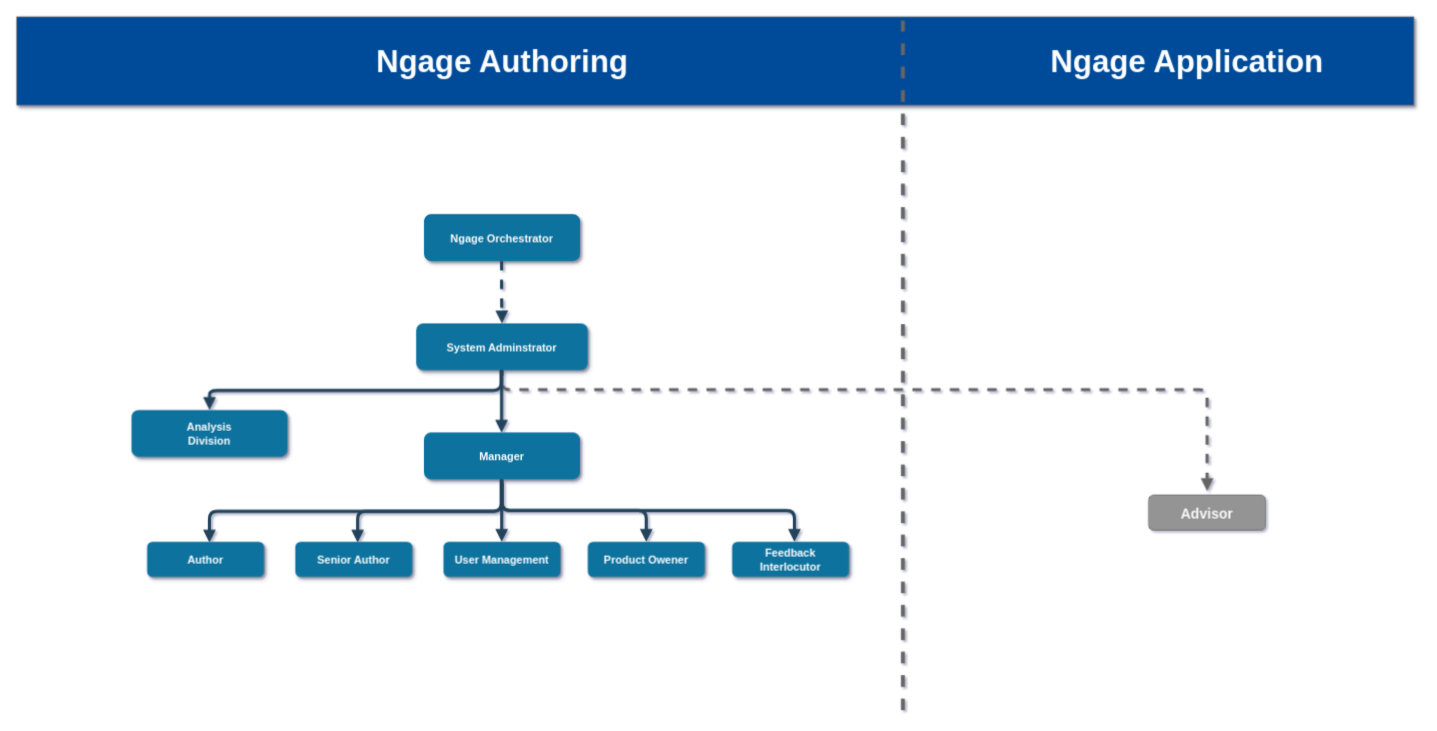
Before: page "Page-2" (2 of 2) of Untitled Diagram.drawio in Rakholia1842/ERDiagram, a draw.io diagram. Source tidied: cells renumbered, new cells numbered last; positions are measured from the earlier drawing's top-left corner, leaving out a move shared by most shapes. Both pictures are drawn from the tidied source at 78%, with x=0, y=0 at pixel (16, 16).
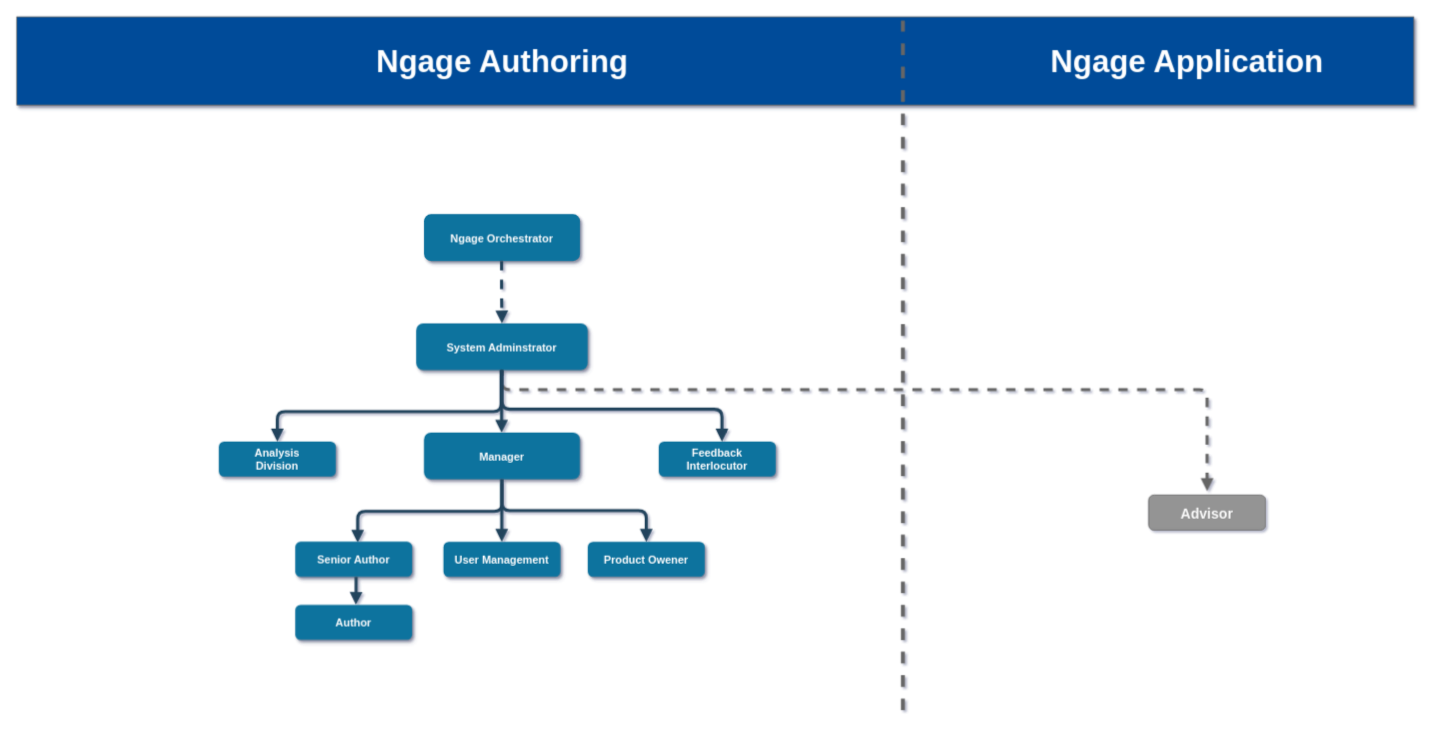
After the change.

The edit, as a diff of the source:
```diff
@@
-    <mxCell id="8" style="edgeStyle=elbowEdgeStyle;elbow=vertical;strokeWidth=4;endArrow=block;endFill=1;fontStyle=1;strokeColor=#23445D;verticalAlign=middle;" parent="1" edge="1">
-      <mxGeometry x="-326" y="384" as="geometry">
-        <mxPoint x="621" y="593" as="sourcePoint" />
-        <mxPoint x="247" y="674" as="targetPoint" />
-      </mxGeometry>
-    </mxCell>
@@
-    <mxCell id="10" style="edgeStyle=elbowEdgeStyle;elbow=vertical;strokeWidth=4;endArrow=block;endFill=1;fontStyle=1;strokeColor=#23445D;verticalAlign=middle;" parent="1" edge="1">
-      <mxGeometry x="-325" y="358" as="geometry">
-        <mxPoint x="622" y="598" as="sourcePoint" />
-        <mxPoint x="997" y="673" as="targetPoint" />
+    <mxCell id="10" style="edgeStyle=elbowEdgeStyle;elbow=vertical;strokeWidth=4;endArrow=block;endFill=1;fontStyle=1;strokeColor=#23445D;verticalAlign=middle;entryX=0.54;entryY=0;entryDx=0;entryDy=0;entryPerimeter=0;" parent="1" edge="1" target="17">
+      <mxGeometry x="-325.1" y="213" as="geometry">
+        <mxPoint x="621.9" y="453" as="sourcePoint" />
         <Array as="points">
-          <mxPoint x="827" y="633" />
+          <mxPoint x="811" y="503" />
         </Array>
       </mxGeometry>
     </mxCell>
@@
     <mxCell id="13" value="Author" style="rounded=1;fillColor=#10739E;strokeColor=none;shadow=1;gradientColor=none;fontStyle=1;fontColor=#FFFFFF;fontSize=14;verticalAlign=middle;" parent="1" vertex="1">
-      <mxGeometry x="167" y="673" width="150" height="45" as="geometry" />
+      <mxGeometry x="357" y="754" width="150" height="45" as="geometry" />
     </mxCell>
@@
     <mxCell id="17" value="Feedback&#10;Interlocutor" style="rounded=1;fillColor=#10739E;strokeColor=none;shadow=1;gradientColor=none;fontStyle=1;fontColor=#FFFFFF;fontSize=14;verticalAlign=middle;" parent="1" vertex="1">
-      <mxGeometry x="917" y="673" width="150" height="45" as="geometry" />
+      <mxGeometry x="823" y="544.5" width="150" height="45" as="geometry" />
     </mxCell>
@@
     <mxCell id="19" style="edgeStyle=elbowEdgeStyle;elbow=vertical;strokeWidth=4;endArrow=block;endFill=1;fontStyle=1;strokeColor=#23445D;verticalAlign=middle;" parent="1" edge="1" target="20">
       <mxGeometry x="-326" y="244" as="geometry">
         <mxPoint x="621" y="453" as="sourcePoint" />
+        <Array as="points">
+          <mxPoint x="459" y="506" />
+          <mxPoint x="350" y="500" />
+        </Array>
       </mxGeometry>
     </mxCell>
     <mxCell id="20" value="Analysis &#10;Division" style="rounded=1;fillColor=#10739E;strokeColor=none;shadow=1;gradientColor=none;fontStyle=1;fontColor=#FFFFFF;fontSize=14;verticalAlign=middle;" parent="1" vertex="1">
-      <mxGeometry x="147" y="504" width="200" height="60" as="geometry" />
+      <mxGeometry x="259" y="544.5" width="150" height="45" as="geometry" />
     </mxCell>
@@
+    <mxCell id="25" style="edgeStyle=elbowEdgeStyle;elbow=vertical;strokeWidth=4;endArrow=block;endFill=1;fontStyle=1;strokeColor=#23445D;entryX=0.518;entryY=-0.005;entryDx=0;entryDy=0;entryPerimeter=0;" parent="1" edge="1" target="13">
+      <mxGeometry x="-632" y="-32" as="geometry">
+        <mxPoint x="435" y="718" as="sourcePoint" />
+      </mxGeometry>
+    </mxCell>
```
